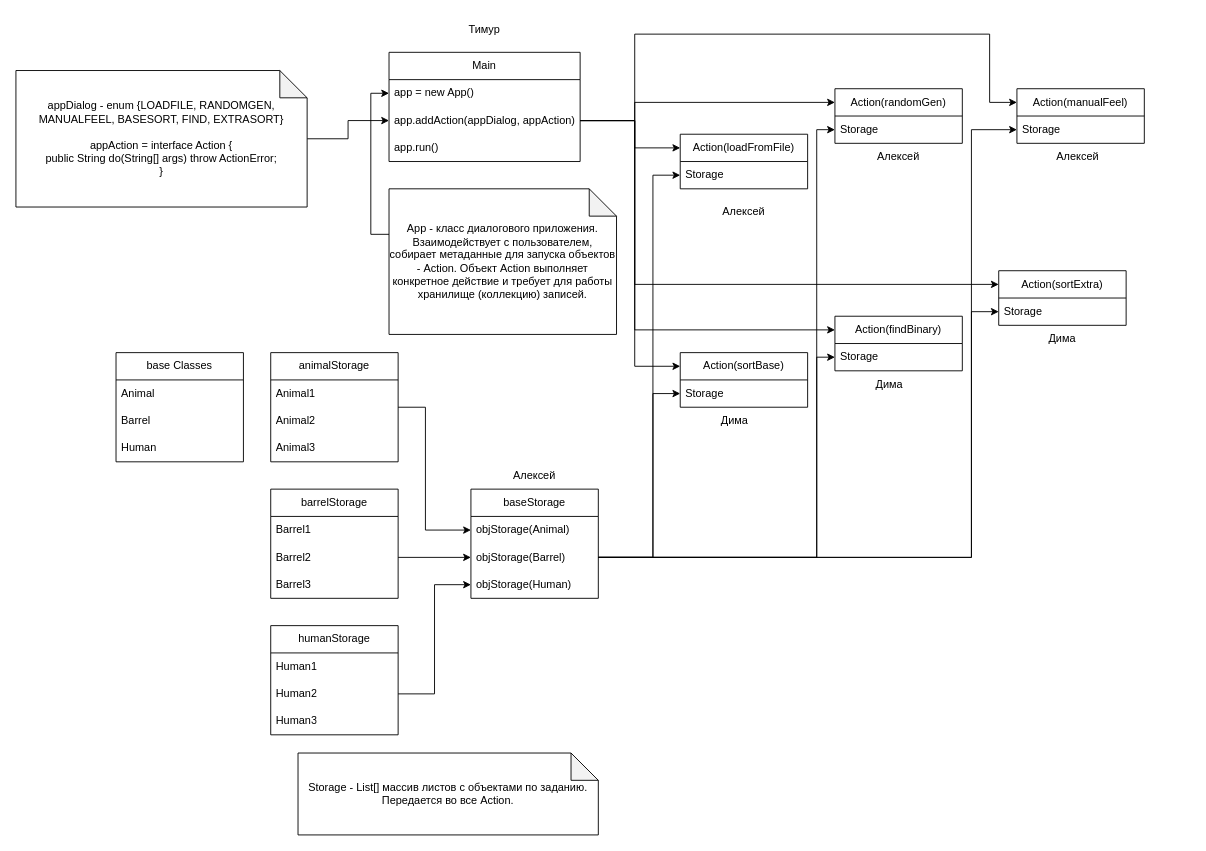
Above: doc/SortApp.drawio in TimurRahimov/AstonStage1Project (draw.io), before the change. Source tidied: cells renumbered, new cells numbered last; positions are measured from the earlier drawing's top-left corner, leaving out a move shared by most shapes. Both pictures are drawn from the tidied source at 91%, with x=0, y=0 at pixel (15, 15).
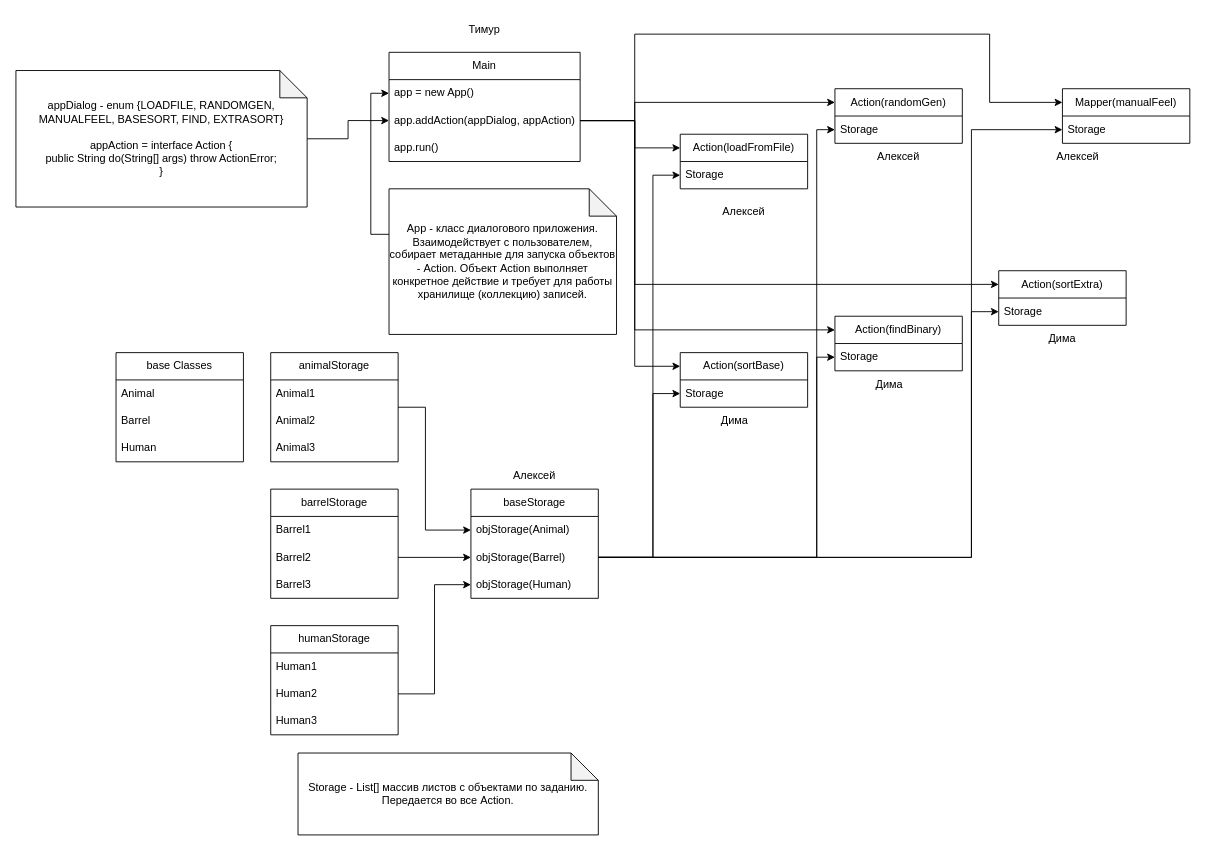
After the change.

What changed in the source:
```diff
@@
-    <mxCell id="10" value="Action(manualFeel)" style="swimlane;fontStyle=0;horizontal=1;startSize=30;whiteSpace=wrap;html=1;" parent="1" vertex="1">
-      <mxGeometry x="1100" y="80" width="140" height="60" as="geometry" />
+    <mxCell id="10" value="Mapper(manualFeel)" style="swimlane;fontStyle=0;horizontal=1;startSize=30;whiteSpace=wrap;html=1;" parent="1" vertex="1">
+      <mxGeometry x="1150" y="80" width="140" height="60" as="geometry" />
     </mxCell>
```
